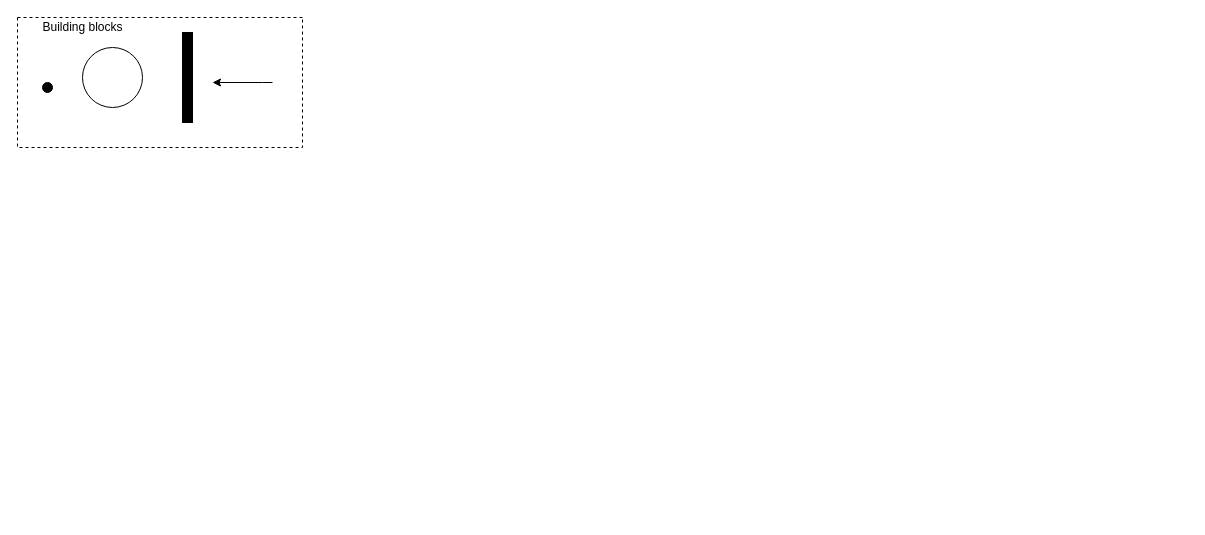
Above: docs/petri_net.drawio in FilipSolich/IMS (draw.io), before the change. Source tidied: cells renumbered, new cells numbered last; positions are measured from the earlier drawing's top-left corner, leaving out a move shared by most shapes. Both pictures are drawn from the tidied source at 100%, with x=0, y=0 at pixel (17, 17).
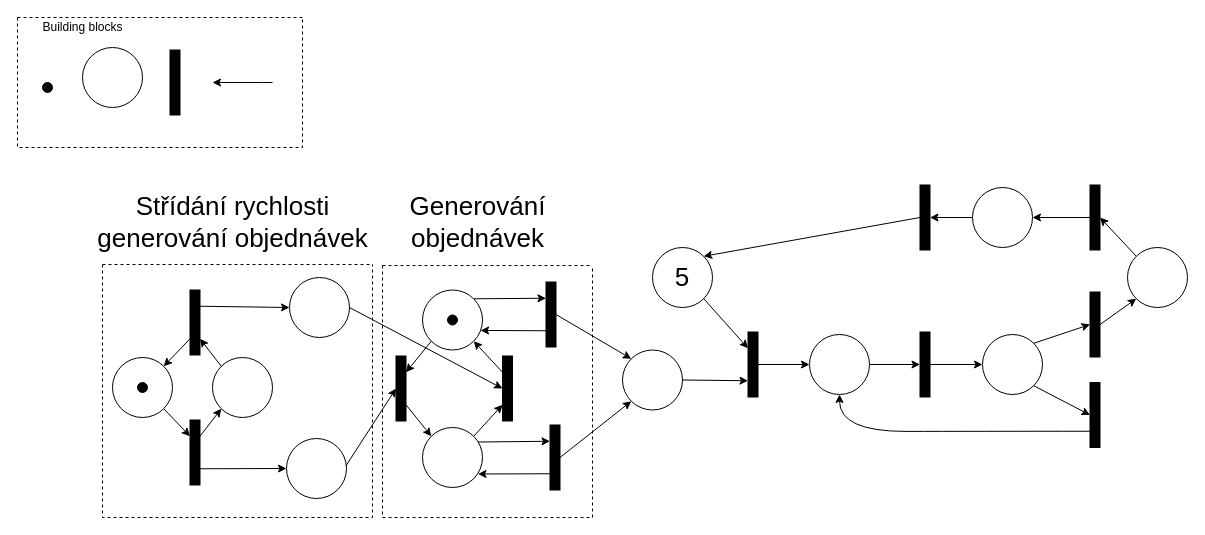
The same diagram, later.

Commit message (it also covers changes not shown here):
Add petri net

The change refers to these unchanged cells:
```xml
<mxCell id="5" style="swimlane;startSize=0;fillColor=#000000;dashed=1;" parent="1" vertex="1">
  <mxGeometry width="285" height="130" as="geometry" />
</mxCell>
```

Diff of the diagram source:
```diff
@@
-    <mxCell id="6" style="rounded=0;whiteSpace=wrap;html=1;rotation=90;fillColor=#000000;" parent="5" vertex="1">
-      <mxGeometry x="125" y="55" width="90" height="10" as="geometry" />
-    </mxCell>
@@
+    <mxCell id="8" style="rounded=0;whiteSpace=wrap;html=1;rotation=90;fillColor=#000000;" parent="5" vertex="1">
+      <mxGeometry x="125" y="60" width="65" height="10" as="geometry" />
+    </mxCell>
+    <mxCell id="9" style="ellipse;whiteSpace=wrap;html=1;" parent="1" vertex="1">
+      <mxGeometry x="272" y="260" width="60" height="60" as="geometry" />
+    </mxCell>
+    <mxCell id="10" style="ellipse;whiteSpace=wrap;html=1;" parent="1" vertex="1">
+      <mxGeometry x="269" y="421" width="60" height="60" as="geometry" />
+    </mxCell>
+    <mxCell id="11" style="endArrow=classic;html=1;rounded=0;exitX=0.25;exitY=0;exitDx=0;exitDy=0;entryX=0;entryY=0.5;entryDx=0;entryDy=0;" parent="1" edge="1" source="37" target="9">
+      <mxGeometry relative="1" as="geometry" />
+    </mxCell>
+    <mxCell id="12" style="endArrow=classic;html=1;rounded=0;exitX=0.75;exitY=0;exitDx=0;exitDy=0;entryX=0;entryY=0.5;entryDx=0;entryDy=0;" parent="1" edge="1" source="36" target="10">
+      <mxGeometry relative="1" as="geometry" />
+    </mxCell>
+    <mxCell id="13" style="rounded=0;whiteSpace=wrap;html=1;rotation=90;fillColor=#000000;" parent="1" vertex="1">
+      <mxGeometry x="351" y="366" width="65" height="10" as="geometry" />
+    </mxCell>
+    <mxCell id="14" style="rounded=0;whiteSpace=wrap;html=1;rotation=90;fillColor=#000000;" parent="1" vertex="1">
+      <mxGeometry x="457.5" y="366" width="65" height="10" as="geometry" />
+    </mxCell>
+    <mxCell id="15" style="endArrow=classic;html=1;rounded=0;exitX=1;exitY=0;exitDx=0;exitDy=0;entryX=0.75;entryY=1;entryDx=0;entryDy=0;" parent="1" edge="1" source="17" target="14">
+      <mxGeometry relative="1" as="geometry" />
+    </mxCell>
+    <mxCell id="16" style="endArrow=classic;html=1;rounded=0;exitX=0.75;exitY=0;exitDx=0;exitDy=0;entryX=0;entryY=0;entryDx=0;entryDy=0;" parent="1" edge="1" source="13" target="17">
+      <mxGeometry relative="1" as="geometry" />
+    </mxCell>
+    <mxCell id="17" style="ellipse;whiteSpace=wrap;html=1;" parent="1" vertex="1">
+      <mxGeometry x="405" y="410" width="60" height="60" as="geometry" />
+    </mxCell>
+    <mxCell id="18" style="rounded=0;whiteSpace=wrap;html=1;rotation=90;fillColor=#000000;" parent="1" vertex="1">
+      <mxGeometry x="505" y="435" width="65" height="10" as="geometry" />
+    </mxCell>
+    <mxCell id="19" style="endArrow=classic;html=1;rounded=0;exitX=0.925;exitY=0.242;exitDx=0;exitDy=0;entryX=0.25;entryY=1;entryDx=0;entryDy=0;exitPerimeter=0;" parent="1" edge="1" source="17" target="18">
+      <mxGeometry relative="1" as="geometry" />
+    </mxCell>
+    <mxCell id="20" style="endArrow=classic;html=1;rounded=0;exitX=0.75;exitY=1;exitDx=0;exitDy=0;entryX=0.925;entryY=0.775;entryDx=0;entryDy=0;entryPerimeter=0;" parent="1" edge="1" source="18" target="17">
+      <mxGeometry relative="1" as="geometry" />
+    </mxCell>
+    <mxCell id="21" style="rounded=0;whiteSpace=wrap;html=1;rotation=90;fillColor=#000000;" parent="1" vertex="1">
+      <mxGeometry x="501" y="292" width="65" height="10" as="geometry" />
+    </mxCell>
+    <mxCell id="22" style="endArrow=classic;html=1;rounded=0;exitX=1;exitY=0;exitDx=0;exitDy=0;entryX=0.25;entryY=1;entryDx=0;entryDy=0;" parent="1" edge="1" source="32" target="21">
+      <mxGeometry relative="1" as="geometry" />
+    </mxCell>
+    <mxCell id="23" style="endArrow=classic;html=1;rounded=0;exitX=0.75;exitY=1;exitDx=0;exitDy=0;entryX=0.968;entryY=0.674;entryDx=0;entryDy=0;entryPerimeter=0;" parent="1" edge="1" source="21" target="32">
+      <mxGeometry relative="1" as="geometry" />
+    </mxCell>
+    <mxCell id="24" style="endArrow=classic;html=1;rounded=0;entryX=0.25;entryY=0;entryDx=0;entryDy=0;exitX=0;exitY=1;exitDx=0;exitDy=0;" parent="1" edge="1" source="32" target="13">
+      <mxGeometry relative="1" as="geometry" />
+    </mxCell>
+    <mxCell id="25" style="endArrow=classic;html=1;rounded=0;entryX=1;entryY=1;entryDx=0;entryDy=0;exitX=0.25;exitY=1;exitDx=0;exitDy=0;" parent="1" edge="1" source="14" target="32">
+      <mxGeometry relative="1" as="geometry" />
+    </mxCell>
+    <mxCell id="26" style="endArrow=classic;html=1;rounded=0;exitX=0.994;exitY=0.45;exitDx=0;exitDy=0;entryX=0.5;entryY=1;entryDx=0;entryDy=0;exitPerimeter=0;" parent="1" edge="1" source="10" target="13">
+      <mxGeometry relative="1" as="geometry" />
+    </mxCell>
+    <mxCell id="27" style="endArrow=classic;html=1;rounded=0;exitX=1;exitY=0.5;exitDx=0;exitDy=0;entryX=0.5;entryY=1;entryDx=0;entryDy=0;" parent="1" edge="1" source="9" target="14">
+      <mxGeometry relative="1" as="geometry" />
+    </mxCell>
+    <mxCell id="28" style="ellipse;whiteSpace=wrap;html=1;" parent="1" vertex="1">
+      <mxGeometry x="605" y="332.5" width="60" height="60" as="geometry" />
+    </mxCell>
+    <mxCell id="29" style="endArrow=classic;html=1;rounded=0;exitX=0.5;exitY=0;exitDx=0;exitDy=0;entryX=0;entryY=0;entryDx=0;entryDy=0;" parent="1" edge="1" source="21" target="28">
+      <mxGeometry relative="1" as="geometry" />
+    </mxCell>
+    <mxCell id="30" style="endArrow=classic;html=1;rounded=0;exitX=0.5;exitY=0;exitDx=0;exitDy=0;entryX=0;entryY=1;entryDx=0;entryDy=0;" parent="1" edge="1" source="18" target="28">
+      <mxGeometry relative="1" as="geometry" />
+    </mxCell>
+    <mxCell id="31" style="group;" parent="1" vertex="1">
+      <mxGeometry x="405" y="272.5" width="60" height="60" as="geometry" />
+    </mxCell>
+    <mxCell id="32" style="ellipse;whiteSpace=wrap;html=1;" parent="31" vertex="1">
+      <mxGeometry width="60" height="60" as="geometry" />
+    </mxCell>
+    <mxCell id="33" style="ellipse;whiteSpace=wrap;html=1;fillColor=#000000;" parent="31" vertex="1">
+      <mxGeometry x="25" y="25" width="10" height="10" as="geometry" />
+    </mxCell>
+    <mxCell id="34" style="group;" parent="1" vertex="1">
+      <mxGeometry x="95" y="272.5" width="160" height="195" as="geometry" />
+    </mxCell>
+    <mxCell id="35" style="ellipse;whiteSpace=wrap;html=1;" parent="34" vertex="1">
+      <mxGeometry x="100" y="67.5" width="60" height="60" as="geometry" />
+    </mxCell>
+    <mxCell id="36" style="rounded=0;whiteSpace=wrap;html=1;rotation=90;fillColor=#000000;" parent="34" vertex="1">
+      <mxGeometry x="50" y="157.5" width="65" height="10" as="geometry" />
+    </mxCell>
+    <mxCell id="37" style="rounded=0;whiteSpace=wrap;html=1;rotation=90;fillColor=#000000;" parent="34" vertex="1">
+      <mxGeometry x="50" y="27.5" width="65" height="10" as="geometry" />
+    </mxCell>
+    <mxCell id="38" style="endArrow=classic;html=1;rounded=0;exitX=1;exitY=1;exitDx=0;exitDy=0;entryX=0.25;entryY=1;entryDx=0;entryDy=0;" parent="34" edge="1" source="43" target="36">
+      <mxGeometry relative="1" as="geometry" />
+    </mxCell>
+    <mxCell id="39" style="endArrow=classic;html=1;rounded=0;exitX=0.25;exitY=0;exitDx=0;exitDy=0;entryX=0;entryY=1;entryDx=0;entryDy=0;" parent="34" edge="1" source="36" target="35">
+      <mxGeometry relative="1" as="geometry" />
+    </mxCell>
+    <mxCell id="40" style="endArrow=classic;html=1;rounded=0;exitX=0;exitY=0;exitDx=0;exitDy=0;entryX=0.75;entryY=0;entryDx=0;entryDy=0;" parent="34" edge="1" source="35" target="37">
+      <mxGeometry relative="1" as="geometry" />
+    </mxCell>
+    <mxCell id="41" style="endArrow=classic;html=1;rounded=0;exitX=0.75;exitY=1;exitDx=0;exitDy=0;entryX=1;entryY=0;entryDx=0;entryDy=0;" parent="34" edge="1" source="37" target="43">
+      <mxGeometry relative="1" as="geometry" />
+    </mxCell>
+    <mxCell id="42" style="group;" parent="34" vertex="1">
+      <mxGeometry y="67.5" width="60" height="60" as="geometry" />
+    </mxCell>
+    <mxCell id="43" style="ellipse;whiteSpace=wrap;html=1;" parent="42" vertex="1">
+      <mxGeometry width="60" height="60" as="geometry" />
+    </mxCell>
+    <mxCell id="44" style="ellipse;whiteSpace=wrap;html=1;fillColor=#000000;" parent="42" vertex="1">
+      <mxGeometry x="25" y="25" width="10" height="10" as="geometry" />
+    </mxCell>
+    <mxCell id="45" style="rounded=0;whiteSpace=wrap;html=1;rotation=90;fillColor=#000000;" parent="1" vertex="1">
+      <mxGeometry x="703" y="342" width="65" height="10" as="geometry" />
+    </mxCell>
+    <mxCell id="46" style="endArrow=classic;html=1;rounded=0;exitX=1;exitY=0.5;exitDx=0;exitDy=0;entryX=0.75;entryY=1;entryDx=0;entryDy=0;" parent="1" edge="1" source="28" target="45">
+      <mxGeometry relative="1" as="geometry" />
+    </mxCell>
+    <mxCell id="47" style="endArrow=classic;html=1;rounded=0;exitX=0.5;exitY=0;exitDx=0;exitDy=0;entryX=0;entryY=0.5;entryDx=0;entryDy=0;" parent="1" edge="1" source="45" target="48">
+      <mxGeometry relative="1" as="geometry" />
+    </mxCell>
+    <mxCell id="48" style="ellipse;whiteSpace=wrap;html=1;" parent="1" vertex="1">
+      <mxGeometry x="792" y="317" width="60" height="60" as="geometry" />
+    </mxCell>
+    <mxCell id="49" style="ellipse;whiteSpace=wrap;html=1;fontStyle=0;" parent="1" vertex="1">
+      <mxGeometry x="965" y="317" width="60" height="60" as="geometry" />
+    </mxCell>
+    <mxCell id="50" style="ellipse;whiteSpace=wrap;html=1;fontStyle=1;" parent="1" vertex="1">
+      <mxGeometry x="1110" y="230" width="60" height="60" as="geometry" />
+    </mxCell>
+    <mxCell id="51" value="&amp;nbsp;" style="ellipse;whiteSpace=wrap;html=1;fontStyle=1;" parent="1" vertex="1">
+      <mxGeometry x="955" y="170" width="60" height="60" as="geometry" />
+    </mxCell>
+    <mxCell id="52" value="&lt;font style=&quot;font-size: 26px&quot;&gt;5&lt;/font&gt;" style="ellipse;whiteSpace=wrap;html=1;" parent="1" vertex="1">
+      <mxGeometry x="635" y="230" width="60" height="60" as="geometry" />
+    </mxCell>
+    <mxCell id="53" style="endArrow=classic;html=1;rounded=0;exitX=1;exitY=1;exitDx=0;exitDy=0;entryX=0.25;entryY=1;entryDx=0;entryDy=0;" parent="1" edge="1" source="52" target="45">
+      <mxGeometry relative="1" as="geometry" />
+    </mxCell>
+    <mxCell id="54" style="rounded=0;whiteSpace=wrap;html=1;rotation=90;fillColor=#000000;" parent="1" vertex="1">
+      <mxGeometry x="875" y="342" width="65" height="10" as="geometry" />
+    </mxCell>
+    <mxCell id="55" style="endArrow=classic;html=1;rounded=0;exitX=1;exitY=0.5;exitDx=0;exitDy=0;entryX=0.5;entryY=1;entryDx=0;entryDy=0;" parent="1" edge="1" source="48" target="54">
+      <mxGeometry relative="1" as="geometry" />
+    </mxCell>
+    <mxCell id="56" style="endArrow=classic;html=1;rounded=0;exitX=0.5;exitY=0;exitDx=0;exitDy=0;entryX=0;entryY=0.5;entryDx=0;entryDy=0;" parent="1" edge="1" source="54" target="49">
+      <mxGeometry relative="1" as="geometry" />
+    </mxCell>
+    <mxCell id="57" style="endArrow=classic;html=1;rounded=0;exitX=1;exitY=1;exitDx=0;exitDy=0;entryX=0.5;entryY=1;entryDx=0;entryDy=0;" parent="1" edge="1" source="49" target="58">
+      <mxGeometry relative="1" as="geometry" />
+    </mxCell>
+    <mxCell id="58" style="rounded=0;whiteSpace=wrap;html=1;rotation=90;fillColor=#000000;" parent="1" vertex="1">
+      <mxGeometry x="1045" y="392.5" width="65" height="10" as="geometry" />
+    </mxCell>
+    <mxCell id="59" style="rounded=0;whiteSpace=wrap;html=1;rotation=90;fillColor=#000000;" parent="1" vertex="1">
+      <mxGeometry x="1045" y="302" width="65" height="10" as="geometry" />
+    </mxCell>
+    <mxCell id="60" style="endArrow=classic;html=1;rounded=0;exitX=1;exitY=0;exitDx=0;exitDy=0;entryX=0.5;entryY=1;entryDx=0;entryDy=0;" parent="1" edge="1" source="49" target="59">
+      <mxGeometry relative="1" as="geometry" />
+    </mxCell>
+    <mxCell id="61" style="endArrow=classic;html=1;rounded=0;exitX=0.75;exitY=1;exitDx=0;exitDy=0;entryX=0.5;entryY=1;entryDx=0;entryDy=0;edgeStyle=orthogonalEdgeStyle;curved=1;" parent="1" edge="1" source="58" target="48">
+      <mxGeometry relative="1" as="geometry">
+        <Array as="points">
+          <mxPoint x="955" y="414" />
+          <mxPoint x="822" y="414" />
+        </Array>
+      </mxGeometry>
+    </mxCell>
+    <mxCell id="62" style="endArrow=classic;html=1;rounded=0;exitX=0.5;exitY=0;exitDx=0;exitDy=0;entryX=0;entryY=1;entryDx=0;entryDy=0;" parent="1" edge="1" source="59" target="50">
+      <mxGeometry relative="1" as="geometry" />
+    </mxCell>
+    <mxCell id="63" style="rounded=0;whiteSpace=wrap;html=1;rotation=90;fillColor=#000000;" parent="1" vertex="1">
+      <mxGeometry x="1045" y="195" width="65" height="10" as="geometry" />
+    </mxCell>
+    <mxCell id="64" style="endArrow=classic;html=1;rounded=0;exitX=0;exitY=0;exitDx=0;exitDy=0;entryX=0.5;entryY=0;entryDx=0;entryDy=0;" parent="1" edge="1" source="50" target="63">
+      <mxGeometry relative="1" as="geometry" />
+    </mxCell>
+    <mxCell id="65" style="endArrow=classic;html=1;rounded=0;exitX=0.5;exitY=1;exitDx=0;exitDy=0;entryX=1;entryY=0.5;entryDx=0;entryDy=0;" parent="1" edge="1" source="63" target="51">
+      <mxGeometry relative="1" as="geometry" />
+    </mxCell>
+    <mxCell id="66" style="rounded=0;whiteSpace=wrap;html=1;rotation=90;fillColor=#000000;" parent="1" vertex="1">
+      <mxGeometry x="875" y="195" width="65" height="10" as="geometry" />
+    </mxCell>
+    <mxCell id="67" style="endArrow=classic;html=1;rounded=0;exitX=0;exitY=0.5;exitDx=0;exitDy=0;entryX=0.5;entryY=0;entryDx=0;entryDy=0;" parent="1" edge="1" source="51" target="66">
+      <mxGeometry relative="1" as="geometry" />
+    </mxCell>
+    <mxCell id="68" style="endArrow=classic;html=1;rounded=0;exitX=0.5;exitY=1;exitDx=0;exitDy=0;entryX=1;entryY=0;entryDx=0;entryDy=0;" parent="1" edge="1" source="66" target="52">
+      <mxGeometry relative="1" as="geometry" />
+    </mxCell>
+    <mxCell id="69" style="swimlane;startSize=0;fontSize=26;dashed=1;" parent="1" vertex="1">
+      <mxGeometry x="85" y="247" width="270" height="253" as="geometry" />
+    </mxCell>
+    <mxCell id="70" value="&lt;div&gt;Střídání rychlosti&lt;/div&gt;&lt;div&gt;generování objednávek&lt;/div&gt;" style="text;html=1;align=center;verticalAlign=middle;strokeColor=none;fillColor=none;fontSize=26;" parent="1" vertex="1">
+      <mxGeometry x="75" y="170" width="280" height="70" as="geometry" />
+    </mxCell>
+    <mxCell id="71" style="swimlane;startSize=0;dashed=1;fontSize=26;" parent="1" vertex="1">
+      <mxGeometry x="365" y="248" width="210" height="252" as="geometry" />
+    </mxCell>
+    <mxCell id="72" value="&lt;div&gt;Generování&lt;/div&gt;&lt;div&gt;objednávek&lt;/div&gt;" style="text;html=1;align=center;verticalAlign=middle;strokeColor=none;fillColor=none;fontSize=26;" parent="1" vertex="1">
+      <mxGeometry x="385" y="170" width="150" height="70" as="geometry" />
+    </mxCell>
```
